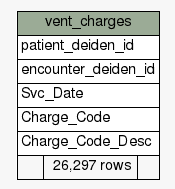
Earlier version of the Graphviz export diagrams/summary/vent_charges.1degree.png (mohcinemadkour/DBSchema). Its source is kept beside it as diagrams/summary/vent_charges.1degree.dot.
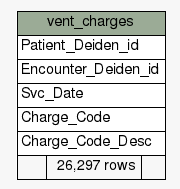
Above is the later version.

The edit, as a diff of the source:
```diff
@@ -19,8 +19,8 @@
     label=<
     <TABLE BORDER="0" CELLBORDER="1" CELLSPACING="0" BGCOLOR="#ffffff">
       <TR><TD COLSPAN="3" BGCOLOR="#9bab96" ALIGN="CENTER">vent_charges</TD></TR>
-      <TR><TD PORT="patient_deiden_id" COLSPAN="3" ALIGN="LEFT">patient_deiden_id</TD></TR>
-      <TR><TD PORT="encounter_deiden_id" COLSPAN="3" ALIGN="LEFT">encounter_deiden_id</TD></TR>
+      <TR><TD PORT="Patient_Deiden_id" COLSPAN="3" ALIGN="LEFT">Patient_Deiden_id</TD></TR>
+      <TR><TD PORT="Encounter_Deiden_id" COLSPAN="3" ALIGN="LEFT">Encounter_Deiden_id</TD></TR>
       <TR><TD PORT="Svc_Date" COLSPAN="3" ALIGN="LEFT">Svc_Date</TD></TR>
       <TR><TD PORT="Charge_Code" COLSPAN="3" ALIGN="LEFT">Charge_Code</TD></TR>
       <TR><TD PORT="Charge_Code_Desc" COLSPAN="3" ALIGN="LEFT">Charge_Code_Desc</TD></TR>
```
